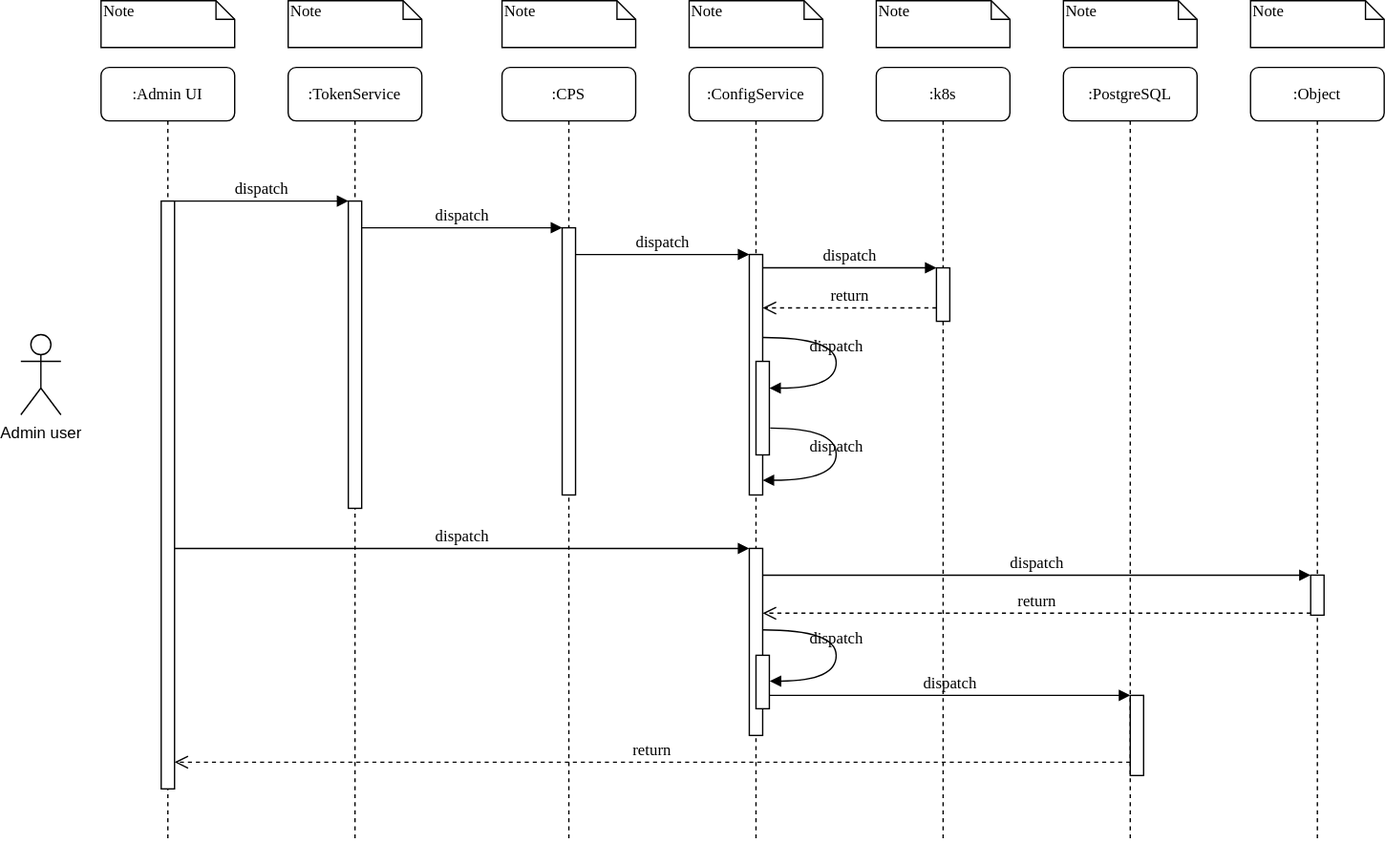
Above: SavePasswordFlow.svg in sundarvc/sequence-diagrams (draw.io), before the change. Source tidied: cells renumbered, new cells last; positions are measured from the earlier drawing's top-left corner, leaving out a move shared by most shapes.
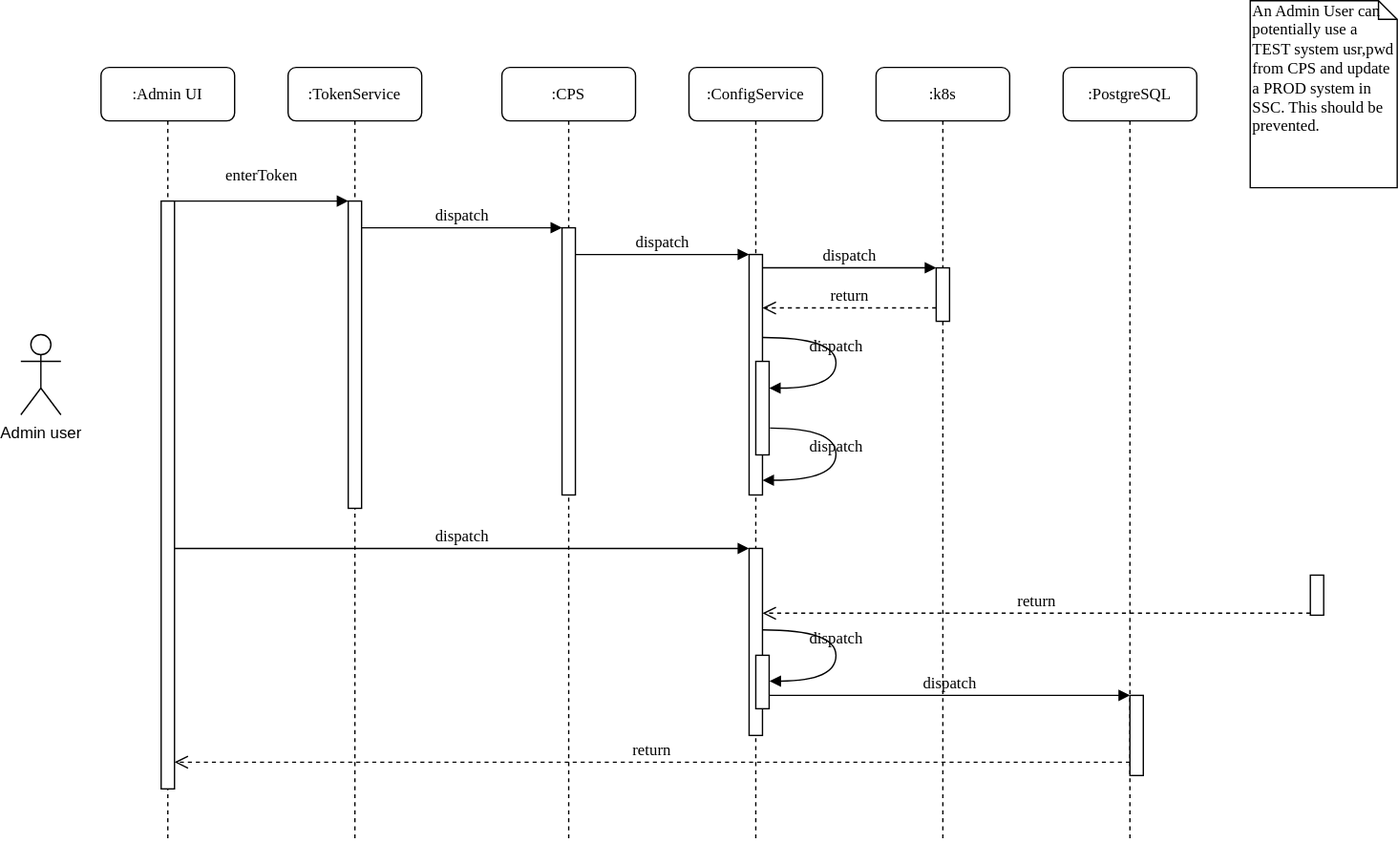
The same file after the commit.

Change to the diagram source:
```diff
@@ -23,9 +23,6 @@
     <mxCell id="8" value=":PostgreSQL" style="shape=umlLifeline;perimeter=lifelinePerimeter;whiteSpace=wrap;html=1;rounded=1;shadow=0;comic=0;labelBackgroundColor=none;strokeWidth=1;fontFamily=Verdana;fontSize=12;align=center;" parent="1" vertex="1">
       <mxGeometry x="780" y="50" width="100" height="580" as="geometry" />
     </mxCell>
-    <mxCell id="9" value=":Object" style="shape=umlLifeline;perimeter=lifelinePerimeter;whiteSpace=wrap;html=1;rounded=1;shadow=0;comic=0;labelBackgroundColor=none;strokeWidth=1;fontFamily=Verdana;fontSize=12;align=center;" parent="1" vertex="1">
-      <mxGeometry x="920" y="50" width="100" height="580" as="geometry" />
-    </mxCell>
     <mxCell id="10" value=":Admin UI" style="shape=umlLifeline;perimeter=lifelinePerimeter;whiteSpace=wrap;html=1;rounded=1;shadow=0;comic=0;labelBackgroundColor=none;strokeWidth=1;fontFamily=Verdana;fontSize=12;align=center;" parent="1" vertex="1">
       <mxGeometry x="60" y="50" width="100" height="580" as="geometry" />
     </mxCell>
@@ -65,9 +62,6 @@
     <mxCell id="19" style="html=1;points=[];perimeter=orthogonalPerimeter;rounded=0;shadow=0;comic=0;labelBackgroundColor=none;strokeColor=#000000;strokeWidth=1;fillColor=#FFFFFF;fontFamily=Verdana;fontSize=12;fontColor=#000000;align=center;" parent="1" vertex="1">
       <mxGeometry x="965" y="430" width="10" height="30" as="geometry" />
     </mxCell>
-    <mxCell id="20" value="dispatch" style="html=1;verticalAlign=bottom;endArrow=block;entryX=0;entryY=0;labelBackgroundColor=none;fontFamily=Verdana;fontSize=12;" parent="1" edge="1" source="17" target="19">
-      <mxGeometry relative="1" as="geometry" />
-    </mxCell>
     <mxCell id="21" value="return" style="html=1;verticalAlign=bottom;endArrow=open;dashed=1;endSize=8;exitX=0;exitY=0.95;labelBackgroundColor=none;fontFamily=Verdana;fontSize=12;" parent="1" edge="1" source="19" target="17">
       <mxGeometry relative="1" as="geometry" />
     </mxCell>
@@ -84,8 +78,8 @@
         </Array>
       </mxGeometry>
     </mxCell>
-    <mxCell id="25" value="dispatch" style="html=1;verticalAlign=bottom;endArrow=block;entryX=0;entryY=0;labelBackgroundColor=none;fontFamily=Verdana;fontSize=12;edgeStyle=elbowEdgeStyle;elbow=vertical;" parent="1" edge="1" source="11" target="3">
-      <mxGeometry relative="1" as="geometry" />
+    <mxCell id="25" value="enterToken" style="html=1;verticalAlign=bottom;endArrow=block;entryX=0;entryY=0;labelBackgroundColor=none;fontFamily=Verdana;fontSize=12;edgeStyle=elbowEdgeStyle;elbow=vertical;" parent="1" edge="1" source="11" target="3">
+      <mxGeometry y="10" relative="1" as="geometry" />
     </mxCell>
     <mxCell id="26" value="dispatch" style="html=1;verticalAlign=bottom;endArrow=block;entryX=0;entryY=0;labelBackgroundColor=none;fontFamily=Verdana;fontSize=12;edgeStyle=elbowEdgeStyle;elbow=vertical;" parent="1" edge="1" source="3" target="5">
       <mxGeometry relative="1" as="geometry" />
@@ -123,26 +117,8 @@
         </Array>
       </mxGeometry>
     </mxCell>
-    <mxCell id="32" value="Note" style="shape=note;whiteSpace=wrap;html=1;size=14;verticalAlign=top;align=left;spacingTop=-6;rounded=0;shadow=0;comic=0;labelBackgroundColor=none;strokeWidth=1;fontFamily=Verdana;fontSize=12;" parent="1" vertex="1">
-      <mxGeometry x="60" width="100" height="35" as="geometry" />
-    </mxCell>
-    <mxCell id="33" value="Note" style="shape=note;whiteSpace=wrap;html=1;size=14;verticalAlign=top;align=left;spacingTop=-6;rounded=0;shadow=0;comic=0;labelBackgroundColor=none;strokeWidth=1;fontFamily=Verdana;fontSize=12;" parent="1" vertex="1">
-      <mxGeometry x="200" width="100" height="35" as="geometry" />
-    </mxCell>
-    <mxCell id="34" value="Note" style="shape=note;whiteSpace=wrap;html=1;size=14;verticalAlign=top;align=left;spacingTop=-6;rounded=0;shadow=0;comic=0;labelBackgroundColor=none;strokeWidth=1;fontFamily=Verdana;fontSize=12;" parent="1" vertex="1">
-      <mxGeometry x="360" width="100" height="35" as="geometry" />
-    </mxCell>
-    <mxCell id="35" value="Note" style="shape=note;whiteSpace=wrap;html=1;size=14;verticalAlign=top;align=left;spacingTop=-6;rounded=0;shadow=0;comic=0;labelBackgroundColor=none;strokeWidth=1;fontFamily=Verdana;fontSize=12;" parent="1" vertex="1">
-      <mxGeometry x="500" width="100" height="35" as="geometry" />
-    </mxCell>
-    <mxCell id="36" value="Note" style="shape=note;whiteSpace=wrap;html=1;size=14;verticalAlign=top;align=left;spacingTop=-6;rounded=0;shadow=0;comic=0;labelBackgroundColor=none;strokeWidth=1;fontFamily=Verdana;fontSize=12;" parent="1" vertex="1">
-      <mxGeometry x="640" width="100" height="35" as="geometry" />
-    </mxCell>
-    <mxCell id="37" value="Note" style="shape=note;whiteSpace=wrap;html=1;size=14;verticalAlign=top;align=left;spacingTop=-6;rounded=0;shadow=0;comic=0;labelBackgroundColor=none;strokeWidth=1;fontFamily=Verdana;fontSize=12;" parent="1" vertex="1">
-      <mxGeometry x="780" width="100" height="35" as="geometry" />
-    </mxCell>
-    <mxCell id="38" value="Note" style="shape=note;whiteSpace=wrap;html=1;size=14;verticalAlign=top;align=left;spacingTop=-6;rounded=0;shadow=0;comic=0;labelBackgroundColor=none;strokeWidth=1;fontFamily=Verdana;fontSize=12;" parent="1" vertex="1">
-      <mxGeometry x="920" width="100" height="35" as="geometry" />
+    <mxCell id="38" value="An Admin User can potentially use a TEST system usr,pwd from CPS and update a PROD system in SSC. This should be prevented." style="shape=note;whiteSpace=wrap;html=1;size=14;verticalAlign=top;align=left;spacingTop=-6;rounded=0;shadow=0;comic=0;labelBackgroundColor=none;strokeWidth=1;fontFamily=Verdana;fontSize=12;" parent="1" vertex="1">
+      <mxGeometry x="920" width="110" height="140" as="geometry" />
     </mxCell>
     <mxCell id="39" value="Admin user" style="shape=umlActor;verticalLabelPosition=bottom;verticalAlign=top;html=1;" parent="1" vertex="1">
       <mxGeometry y="250" width="30" height="60" as="geometry" />
```
